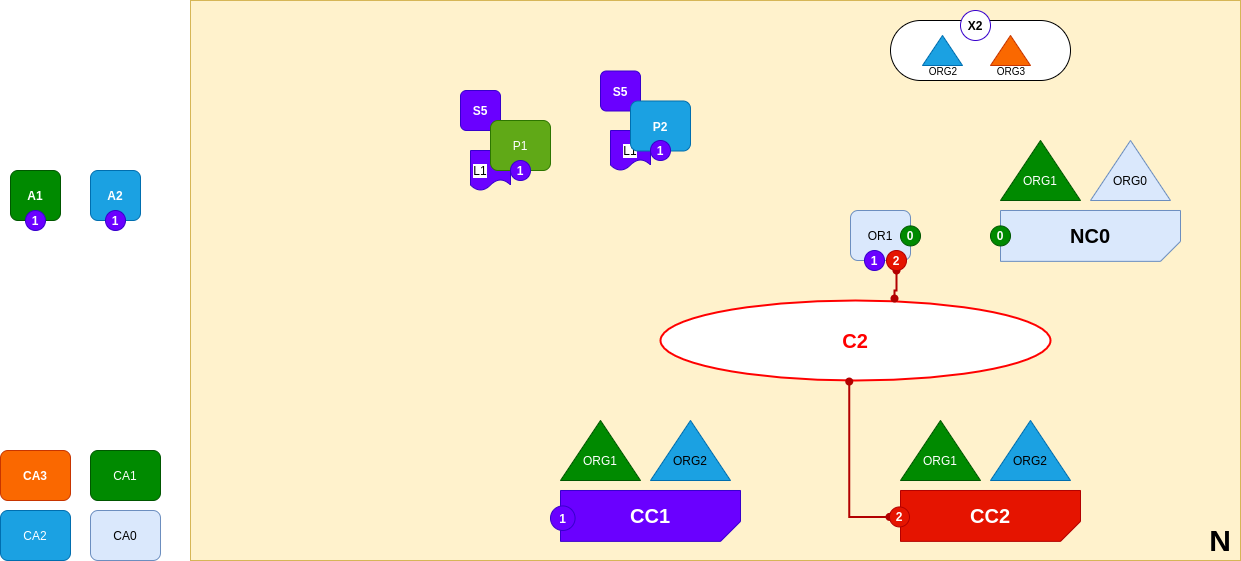
The draw.io diagram img/lab09.png in Zzocker/fabric-labs, before a commit. Source tidied: cells renumbered, new cells last; positions are measured from the earlier drawing's top-left corner, leaving out a move shared by most shapes. Source of this version:
```xml
<mxGraphModel>
  <root>
    <mxCell id="0" />
    <mxCell id="1" parent="0" />
    <mxCell id="2" style="group;fillColor=#e51400;strokeColor=#B20000;fontColor=#ffffff;" parent="1" vertex="1">
      <mxGeometry x="190" width="1050" height="560" as="geometry" />
    </mxCell>
    <mxCell id="3" style="rounded=0;whiteSpace=wrap;html=1;fillColor=#fff2cc;strokeColor=#d6b656;" parent="2" vertex="1">
      <mxGeometry width="1050" height="560" as="geometry" />
    </mxCell>
    <mxCell id="4" value="&lt;b&gt;&lt;font style=&quot;font-size: 30px&quot;&gt;N&lt;/font&gt;&lt;/b&gt;" style="text;html=1;strokeColor=none;fillColor=none;align=center;verticalAlign=middle;whiteSpace=wrap;rounded=0;" parent="2" vertex="1">
      <mxGeometry x="1010" y="530" width="40" height="20" as="geometry" />
    </mxCell>
    <mxCell id="5" style="group;" parent="2" vertex="1">
      <mxGeometry x="810" y="210" width="180" height="50.9" as="geometry" />
    </mxCell>
    <mxCell id="6" style="shape=card;whiteSpace=wrap;html=1;rotation=-180;size=20;fillColor=#dae8fc;strokeColor=#6c8ebf;" parent="5" vertex="1">
      <mxGeometry width="180" height="50.9" as="geometry" />
    </mxCell>
    <mxCell id="7" value="&lt;b&gt;&lt;font style=&quot;font-size: 20px&quot;&gt;NC0&lt;/font&gt;&lt;/b&gt;" style="text;html=1;strokeColor=none;fillColor=none;align=center;verticalAlign=middle;whiteSpace=wrap;rounded=0;" parent="5" vertex="1">
      <mxGeometry x="70" y="15" width="40" height="20" as="geometry" />
    </mxCell>
    <mxCell id="8" style="triangle;whiteSpace=wrap;html=1;rotation=-90;fillColor=#dae8fc;strokeColor=#6c8ebf;" parent="2" vertex="1">
      <mxGeometry x="910" y="130" width="60" height="80" as="geometry" />
    </mxCell>
    <mxCell id="9" value="ORG0" style="text;html=1;strokeColor=none;fillColor=none;align=center;verticalAlign=middle;whiteSpace=wrap;rounded=0;" parent="2" vertex="1">
      <mxGeometry x="920" y="170" width="40" height="20" as="geometry" />
    </mxCell>
    <mxCell id="10" value="OR1" style="rounded=1;whiteSpace=wrap;html=1;fillColor=#dae8fc;strokeColor=#6c8ebf;" parent="2" vertex="1">
      <mxGeometry x="660" y="210" width="60" height="50" as="geometry" />
    </mxCell>
    <mxCell id="11" style="triangle;whiteSpace=wrap;html=1;rotation=-90;fillColor=#008a00;strokeColor=#005700;fontColor=#ffffff;" parent="2" vertex="1">
      <mxGeometry x="820" y="130" width="60" height="80" as="geometry" />
    </mxCell>
    <mxCell id="12" value="&lt;font color=&quot;#ffffff&quot;&gt;ORG1&lt;/font&gt;" style="text;html=1;strokeColor=none;fillColor=none;align=center;verticalAlign=middle;whiteSpace=wrap;rounded=0;" parent="2" vertex="1">
      <mxGeometry x="830" y="170" width="40" height="20" as="geometry" />
    </mxCell>
    <mxCell id="13" style="group;" parent="2" vertex="1">
      <mxGeometry x="370" y="490" width="180" height="50.9" as="geometry" />
    </mxCell>
    <mxCell id="14" style="shape=card;whiteSpace=wrap;html=1;rotation=-180;size=20;fillColor=#6a00ff;strokeColor=#3700CC;fontColor=#ffffff;" parent="13" vertex="1">
      <mxGeometry width="180" height="50.9" as="geometry" />
    </mxCell>
    <mxCell id="15" value="&lt;b&gt;&lt;font style=&quot;font-size: 20px&quot; color=&quot;#ffffff&quot;&gt;CC1&lt;/font&gt;&lt;/b&gt;" style="text;html=1;strokeColor=none;fillColor=none;align=center;verticalAlign=middle;whiteSpace=wrap;rounded=0;" parent="13" vertex="1">
      <mxGeometry x="70" y="15" width="40" height="20" as="geometry" />
    </mxCell>
    <mxCell id="16" style="triangle;whiteSpace=wrap;html=1;rotation=-90;fillColor=#1ba1e2;strokeColor=#006EAF;fontColor=#ffffff;" parent="2" vertex="1">
      <mxGeometry x="470" y="410" width="60" height="80" as="geometry" />
    </mxCell>
    <mxCell id="17" value="ORG2" style="text;html=1;strokeColor=none;fillColor=none;align=center;verticalAlign=middle;whiteSpace=wrap;rounded=0;" parent="2" vertex="1">
      <mxGeometry x="480" y="450" width="40" height="20" as="geometry" />
    </mxCell>
    <mxCell id="18" style="triangle;whiteSpace=wrap;html=1;rotation=-90;fillColor=#008a00;strokeColor=#005700;fontColor=#ffffff;" parent="2" vertex="1">
      <mxGeometry x="380" y="410" width="60" height="80" as="geometry" />
    </mxCell>
    <mxCell id="19" value="&lt;font color=&quot;#ffffff&quot;&gt;ORG1&lt;/font&gt;" style="text;html=1;strokeColor=none;fillColor=none;align=center;verticalAlign=middle;whiteSpace=wrap;rounded=0;" parent="2" vertex="1">
      <mxGeometry x="390" y="450" width="40" height="20" as="geometry" />
    </mxCell>
    <mxCell id="20" style="shape=document;whiteSpace=wrap;html=1;boundedLbl=1;strokeColor=#3700CC;strokeWidth=1;size=0.275;fillColor=#6a00ff;fontColor=#ffffff;" parent="2" vertex="1">
      <mxGeometry x="280" y="150" width="40" height="40" as="geometry" />
    </mxCell>
    <mxCell id="21" value="&lt;span style=&quot;background-color: rgb(255 , 255 , 255)&quot;&gt;L1&lt;/span&gt;" style="text;html=1;strokeColor=none;align=center;verticalAlign=middle;whiteSpace=wrap;rounded=0;" parent="2" vertex="1">
      <mxGeometry x="270" y="160" width="40" height="20" as="geometry" />
    </mxCell>
    <mxCell id="22" value="&lt;b&gt;S5&lt;/b&gt;" style="rounded=1;whiteSpace=wrap;html=1;strokeColor=#3700CC;strokeWidth=1;fillColor=#6a00ff;fontColor=#ffffff;" parent="2" vertex="1">
      <mxGeometry x="270" y="90" width="40" height="40" as="geometry" />
    </mxCell>
    <mxCell id="23" value="&lt;b&gt;S5&lt;/b&gt;" style="rounded=1;whiteSpace=wrap;html=1;strokeColor=#3700CC;strokeWidth=1;fillColor=#6a00ff;fontColor=#ffffff;" parent="2" vertex="1">
      <mxGeometry x="410" y="70.5" width="40" height="40" as="geometry" />
    </mxCell>
    <mxCell id="24" style="group;" parent="2" vertex="1">
      <mxGeometry x="420" y="130" width="40" height="40" as="geometry" />
    </mxCell>
    <mxCell id="25" style="shape=document;whiteSpace=wrap;html=1;boundedLbl=1;strokeColor=#3700CC;strokeWidth=1;size=0.275;fillColor=#6a00ff;fontColor=#ffffff;" parent="24" vertex="1">
      <mxGeometry width="40" height="40" as="geometry" />
    </mxCell>
    <mxCell id="26" value="&lt;span style=&quot;background-color: rgb(255 , 255 , 255)&quot;&gt;L1&lt;/span&gt;" style="text;html=1;strokeColor=none;align=center;verticalAlign=middle;whiteSpace=wrap;rounded=0;" parent="24" vertex="1">
      <mxGeometry y="10" width="40" height="20" as="geometry" />
    </mxCell>
    <mxCell id="27" value="&lt;b&gt;1&lt;/b&gt;" style="ellipse;whiteSpace=wrap;html=1;fillColor=#6a00ff;strokeColor=#3700CC;fontColor=#ffffff;" parent="2" vertex="1">
      <mxGeometry x="360" y="505.4" width="24.6" height="24.6" as="geometry" />
    </mxCell>
    <mxCell id="28" value="&lt;b&gt;1&lt;/b&gt;" style="ellipse;whiteSpace=wrap;html=1;fillColor=#6a00ff;strokeColor=#3700CC;fontColor=#ffffff;" parent="2" vertex="1">
      <mxGeometry x="674" y="250" width="20" height="20" as="geometry" />
    </mxCell>
    <mxCell id="29" value="&lt;b&gt;0&lt;/b&gt;" style="ellipse;whiteSpace=wrap;html=1;fillColor=#008a00;strokeColor=#005700;fontColor=#ffffff;" parent="2" vertex="1">
      <mxGeometry x="710" y="225.4" width="20" height="20" as="geometry" />
    </mxCell>
    <mxCell id="30" value="&lt;b&gt;0&lt;/b&gt;" style="ellipse;whiteSpace=wrap;html=1;fillColor=#008a00;strokeColor=#005700;fontColor=#ffffff;" parent="2" vertex="1">
      <mxGeometry x="800" y="225.4" width="20" height="20" as="geometry" />
    </mxCell>
    <mxCell id="31" style="rounded=1;whiteSpace=wrap;html=1;arcSize=50;" parent="2" vertex="1">
      <mxGeometry x="700" y="20" width="180" height="60" as="geometry" />
    </mxCell>
    <mxCell id="32" style="group;" parent="2" vertex="1">
      <mxGeometry x="732" y="35" width="41" height="45" as="geometry" />
    </mxCell>
    <mxCell id="33" style="triangle;whiteSpace=wrap;html=1;rotation=-90;fillColor=#1ba1e2;strokeColor=#006EAF;fontColor=#ffffff;" parent="32" vertex="1">
      <mxGeometry x="5" y="-5" width="30" height="40" as="geometry" />
    </mxCell>
    <mxCell id="34" value="&lt;font style=&quot;font-size: 10px&quot;&gt;ORG2&lt;/font&gt;" style="text;html=1;strokeColor=none;fillColor=none;align=center;verticalAlign=middle;whiteSpace=wrap;rounded=0;" parent="32" vertex="1">
      <mxGeometry x="1" y="25" width="40" height="20" as="geometry" />
    </mxCell>
    <mxCell id="35" style="group;" parent="2" vertex="1">
      <mxGeometry x="800" y="35" width="41" height="45" as="geometry" />
    </mxCell>
    <mxCell id="36" style="triangle;whiteSpace=wrap;html=1;rotation=-90;fillColor=#fa6800;strokeColor=#C73500;fontColor=#ffffff;" parent="35" vertex="1">
      <mxGeometry x="5" y="-5" width="30" height="40" as="geometry" />
    </mxCell>
    <mxCell id="37" value="&lt;font style=&quot;font-size: 10px&quot;&gt;ORG3&lt;/font&gt;" style="text;html=1;strokeColor=none;fillColor=none;align=center;verticalAlign=middle;whiteSpace=wrap;rounded=0;" parent="35" vertex="1">
      <mxGeometry x="1" y="25" width="40" height="20" as="geometry" />
    </mxCell>
    <mxCell id="38" value="&lt;b&gt;&lt;font color=&quot;#000000&quot;&gt;X2&lt;/font&gt;&lt;/b&gt;" style="ellipse;whiteSpace=wrap;html=1;strokeColor=#3700CC;fontColor=#ffffff;fillColor=#FFFFFF;" parent="2" vertex="1">
      <mxGeometry x="770" y="10" width="30" height="30" as="geometry" />
    </mxCell>
    <mxCell id="39" value="&lt;b&gt;&lt;font style=&quot;font-size: 20px&quot; color=&quot;#ff0000&quot;&gt;C2&lt;/font&gt;&lt;/b&gt;" style="ellipse;whiteSpace=wrap;html=1;fillColor=#FFFFFF;strokeColor=#FF0000;strokeWidth=2;" parent="2" vertex="1">
      <mxGeometry x="470" y="300" width="390" height="80" as="geometry" />
    </mxCell>
    <mxCell id="40" style="group;" parent="2" vertex="1">
      <mxGeometry x="710" y="490" width="180" height="50.9" as="geometry" />
    </mxCell>
    <mxCell id="41" style="shape=card;whiteSpace=wrap;html=1;rotation=-180;size=20;fillColor=#e51400;strokeColor=#B20000;fontColor=#ffffff;" parent="40" vertex="1">
      <mxGeometry width="180" height="50.9" as="geometry" />
    </mxCell>
    <mxCell id="42" value="&lt;b&gt;&lt;font style=&quot;font-size: 20px&quot; color=&quot;#ffffff&quot;&gt;CC2&lt;/font&gt;&lt;/b&gt;" style="text;html=1;strokeColor=none;fillColor=none;align=center;verticalAlign=middle;whiteSpace=wrap;rounded=0;" parent="40" vertex="1">
      <mxGeometry x="70" y="15" width="40" height="20" as="geometry" />
    </mxCell>
    <mxCell id="43" style="triangle;whiteSpace=wrap;html=1;rotation=-90;fillColor=#1ba1e2;strokeColor=#006EAF;fontColor=#ffffff;" parent="2" vertex="1">
      <mxGeometry x="810" y="410" width="60" height="80" as="geometry" />
    </mxCell>
    <mxCell id="44" value="ORG2" style="text;html=1;strokeColor=none;fillColor=none;align=center;verticalAlign=middle;whiteSpace=wrap;rounded=0;" parent="2" vertex="1">
      <mxGeometry x="820" y="450" width="40" height="20" as="geometry" />
    </mxCell>
    <mxCell id="45" style="triangle;whiteSpace=wrap;html=1;rotation=-90;fillColor=#008a00;strokeColor=#005700;fontColor=#ffffff;" parent="2" vertex="1">
      <mxGeometry x="720" y="410" width="60" height="80" as="geometry" />
    </mxCell>
    <mxCell id="46" value="&lt;font color=&quot;#ffffff&quot;&gt;ORG1&lt;/font&gt;" style="text;html=1;strokeColor=none;fillColor=none;align=center;verticalAlign=middle;whiteSpace=wrap;rounded=0;" parent="2" vertex="1">
      <mxGeometry x="730" y="450" width="40" height="20" as="geometry" />
    </mxCell>
    <mxCell id="47" style="edgeStyle=orthogonalEdgeStyle;rounded=0;jettySize=auto;html=1;entryX=0.484;entryY=1.013;entryDx=0;entryDy=0;entryPerimeter=0;startArrow=oval;startFill=1;endArrow=oval;endFill=1;strokeWidth=2;fillColor=#e51400;strokeColor=#B20000;" parent="2" edge="1" source="48" target="39">
      <mxGeometry relative="1" as="geometry">
        <Array as="points">
          <mxPoint x="659" y="516" />
        </Array>
      </mxGeometry>
    </mxCell>
    <mxCell id="48" value="&lt;b&gt;2&lt;/b&gt;" style="ellipse;whiteSpace=wrap;html=1;fillColor=#e51400;strokeColor=#B20000;fontColor=#ffffff;" parent="2" vertex="1">
      <mxGeometry x="699" y="506.4" width="20" height="20" as="geometry" />
    </mxCell>
    <mxCell id="49" value="CA0" style="rounded=1;whiteSpace=wrap;html=1;fillColor=#dae8fc;strokeColor=#6c8ebf;" parent="1" vertex="1">
      <mxGeometry x="90" y="510" width="70" height="50" as="geometry" />
    </mxCell>
    <mxCell id="50" value="CA1" style="rounded=1;whiteSpace=wrap;html=1;fillColor=#008a00;strokeColor=#005700;fontColor=#ffffff;" parent="1" vertex="1">
      <mxGeometry x="90" y="450" width="70" height="50" as="geometry" />
    </mxCell>
    <mxCell id="51" value="CA2" style="rounded=1;whiteSpace=wrap;html=1;fillColor=#1ba1e2;strokeColor=#006EAF;fontColor=#ffffff;" parent="1" vertex="1">
      <mxGeometry y="510" width="70" height="50" as="geometry" />
    </mxCell>
    <mxCell id="52" value="P1" style="rounded=1;whiteSpace=wrap;html=1;strokeWidth=1;fillColor=#60a917;strokeColor=#2D7600;fontColor=#ffffff;" parent="1" vertex="1">
      <mxGeometry x="490" y="120" width="60" height="50" as="geometry" />
    </mxCell>
    <mxCell id="53" value="&lt;b&gt;A1&lt;/b&gt;" style="rounded=1;whiteSpace=wrap;html=1;fillColor=#008a00;strokeColor=#005700;fontColor=#ffffff;" parent="1" vertex="1">
      <mxGeometry x="10" y="170" width="50" height="50" as="geometry" />
    </mxCell>
    <mxCell id="54" value="&lt;b&gt;P2&lt;/b&gt;" style="rounded=1;whiteSpace=wrap;html=1;strokeWidth=1;fillColor=#1ba1e2;strokeColor=#006EAF;fontColor=#ffffff;" parent="1" vertex="1">
      <mxGeometry x="630" y="100.5" width="60" height="50" as="geometry" />
    </mxCell>
    <mxCell id="55" value="&lt;b&gt;A2&lt;/b&gt;" style="rounded=1;whiteSpace=wrap;html=1;fillColor=#1ba1e2;strokeColor=#006EAF;fontColor=#ffffff;" parent="1" vertex="1">
      <mxGeometry x="90" y="170" width="50" height="50" as="geometry" />
    </mxCell>
    <mxCell id="56" value="&lt;b&gt;1&lt;/b&gt;" style="ellipse;whiteSpace=wrap;html=1;fillColor=#6a00ff;strokeColor=#3700CC;fontColor=#ffffff;" parent="1" vertex="1">
      <mxGeometry x="650" y="140" width="20" height="20" as="geometry" />
    </mxCell>
    <mxCell id="57" value="&lt;b&gt;1&lt;/b&gt;" style="ellipse;whiteSpace=wrap;html=1;fillColor=#6a00ff;strokeColor=#3700CC;fontColor=#ffffff;" parent="1" vertex="1">
      <mxGeometry x="510" y="160" width="20" height="20" as="geometry" />
    </mxCell>
    <mxCell id="58" value="&lt;b&gt;1&lt;/b&gt;" style="ellipse;whiteSpace=wrap;html=1;fillColor=#6a00ff;strokeColor=#3700CC;fontColor=#ffffff;" parent="1" vertex="1">
      <mxGeometry x="105" y="210" width="20" height="20" as="geometry" />
    </mxCell>
    <mxCell id="59" value="&lt;b&gt;1&lt;/b&gt;" style="ellipse;whiteSpace=wrap;html=1;fillColor=#6a00ff;strokeColor=#3700CC;fontColor=#ffffff;" parent="1" vertex="1">
      <mxGeometry x="25" y="210" width="20" height="20" as="geometry" />
    </mxCell>
    <mxCell id="60" value="CA3" style="rounded=1;whiteSpace=wrap;html=1;fillColor=#fa6800;strokeColor=#C73500;fontColor=#ffffff;fontStyle=1;" parent="1" vertex="1">
      <mxGeometry y="450" width="70" height="50" as="geometry" />
    </mxCell>
    <mxCell id="61" style="edgeStyle=orthogonalEdgeStyle;rounded=0;jettySize=auto;html=1;startArrow=oval;startFill=1;endArrow=oval;endFill=1;strokeWidth=2;fillColor=#e51400;strokeColor=#B20000;" parent="1" edge="1" source="62">
      <mxGeometry relative="1" as="geometry">
        <mxPoint x="894" y="298" as="targetPoint" />
      </mxGeometry>
    </mxCell>
    <mxCell id="62" value="&lt;b&gt;2&lt;/b&gt;" style="ellipse;whiteSpace=wrap;html=1;fillColor=#e51400;strokeColor=#B20000;fontColor=#ffffff;" parent="1" vertex="1">
      <mxGeometry x="886" y="250" width="20" height="20" as="geometry" />
    </mxCell>
  </root>
</mxGraphModel>
```
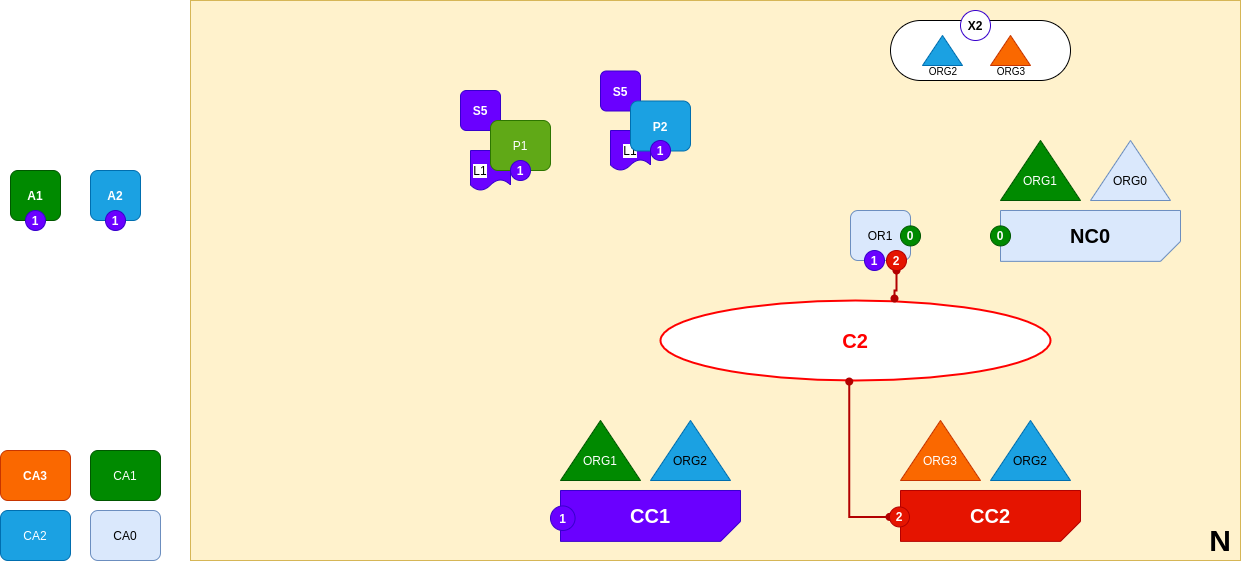
The same file after the commit.

Commit message:
updated lab09 img

The edit, as a diff of the source:
```diff
@@ -131,10 +131,10 @@
     <mxCell id="44" value="ORG2" style="text;html=1;strokeColor=none;fillColor=none;align=center;verticalAlign=middle;whiteSpace=wrap;rounded=0;" parent="2" vertex="1">
       <mxGeometry x="820" y="450" width="40" height="20" as="geometry" />
     </mxCell>
-    <mxCell id="45" style="triangle;whiteSpace=wrap;html=1;rotation=-90;fillColor=#008a00;strokeColor=#005700;fontColor=#ffffff;" parent="2" vertex="1">
+    <mxCell id="45" style="triangle;whiteSpace=wrap;html=1;rotation=-90;fillColor=#fa6800;strokeColor=#C73500;fontColor=#ffffff;" parent="2" vertex="1">
       <mxGeometry x="720" y="410" width="60" height="80" as="geometry" />
     </mxCell>
-    <mxCell id="46" value="&lt;font color=&quot;#ffffff&quot;&gt;ORG1&lt;/font&gt;" style="text;html=1;strokeColor=none;fillColor=none;align=center;verticalAlign=middle;whiteSpace=wrap;rounded=0;" parent="2" vertex="1">
+    <mxCell id="46" value="&lt;font color=&quot;#ffffff&quot;&gt;ORG3&lt;/font&gt;" style="text;html=1;strokeColor=none;fillColor=none;align=center;verticalAlign=middle;whiteSpace=wrap;rounded=0;" parent="2" vertex="1">
       <mxGeometry x="730" y="450" width="40" height="20" as="geometry" />
     </mxCell>
     <mxCell id="47" style="edgeStyle=orthogonalEdgeStyle;rounded=0;jettySize=auto;html=1;entryX=0.484;entryY=1.013;entryDx=0;entryDy=0;entryPerimeter=0;startArrow=oval;startFill=1;endArrow=oval;endFill=1;strokeWidth=2;fillColor=#e51400;strokeColor=#B20000;" parent="2" edge="1" source="48" target="39">
```
